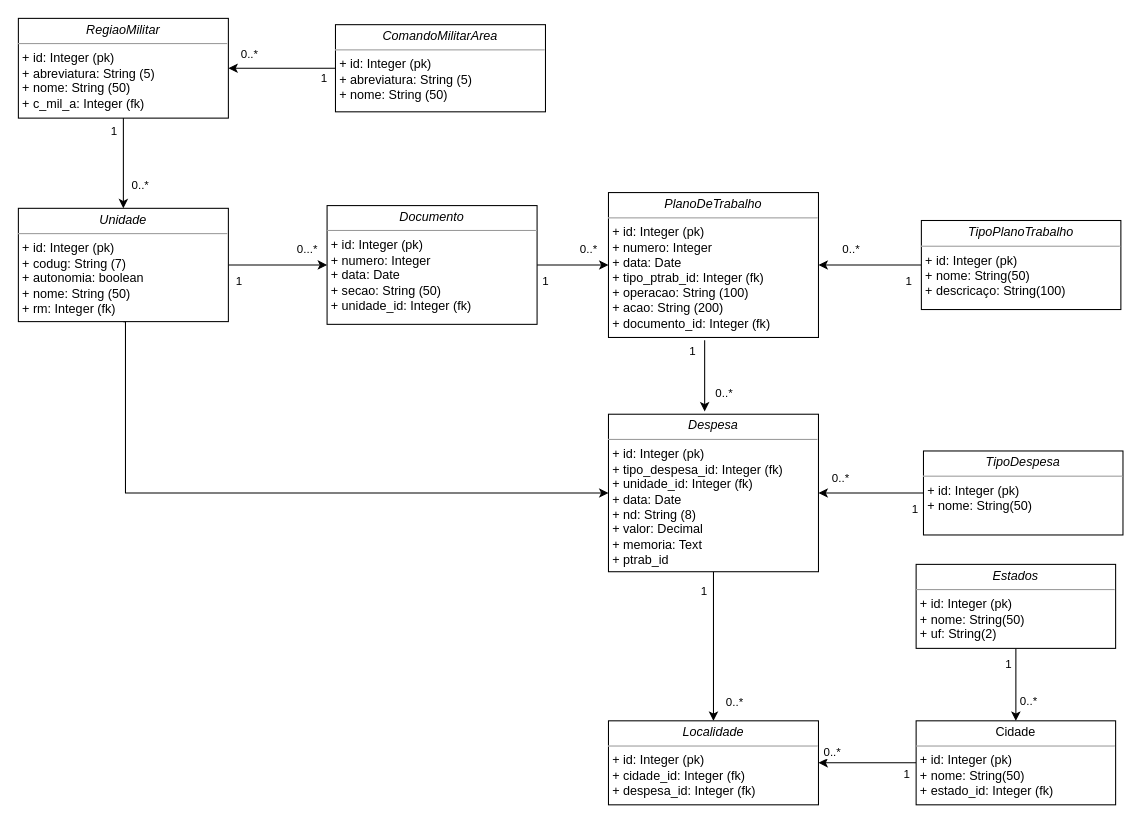
Earlier version of the draw.io diagram page "Diagrama de Classes" (1 of 3) of Diagrama.drawio (infopontes/ptrab). Source tidied: cells renumbered, new cells numbered last; positions are measured from the earlier drawing's top-left corner, leaving out a move shared by most shapes. Both pictures are drawn from the tidied source at 105%, with x=0, y=0 at pixel (18, 18).
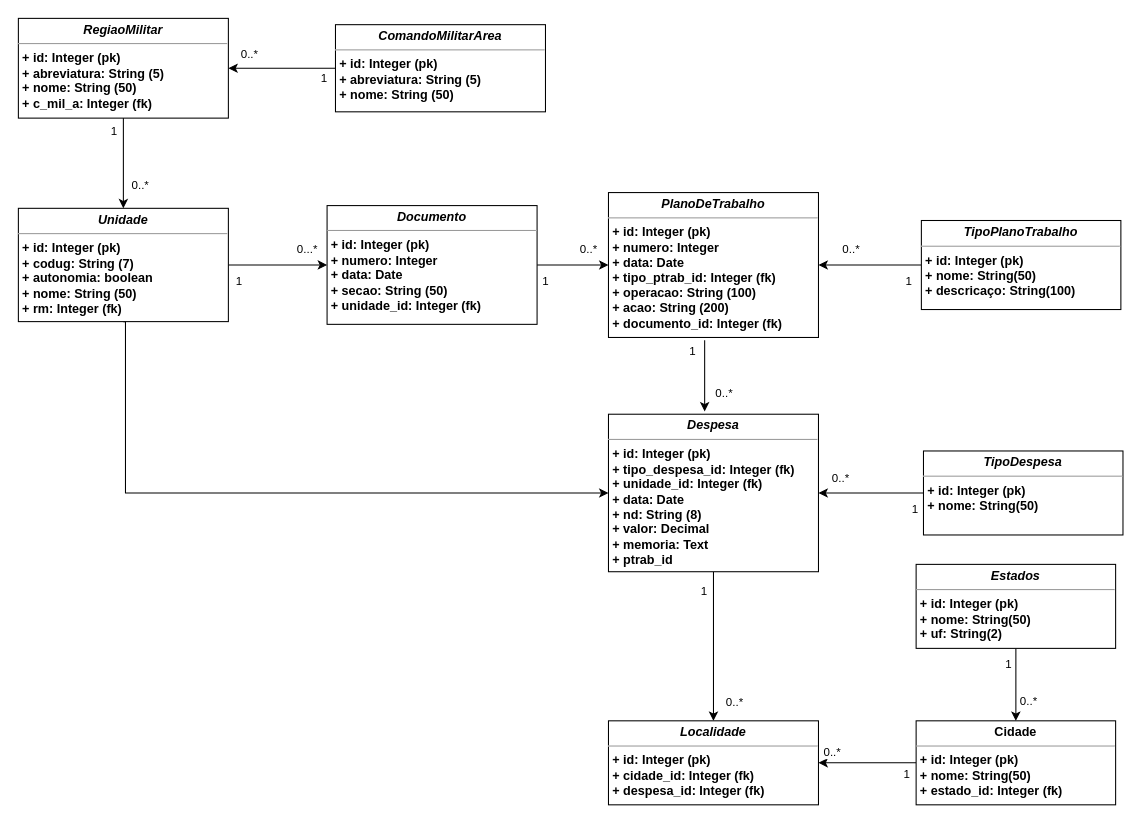
The same diagram, later.

Commit message (it also covers changes not shown here):
Alteração do nome do sistema.

Diff of the diagram source:
```diff
@@
-    <mxCell id="6" value="&lt;p style=&quot;margin: 0px ; margin-top: 4px ; text-align: center&quot;&gt;&lt;i&gt;Unidade&lt;/i&gt;&lt;/p&gt;&lt;hr size=&quot;1&quot;&gt;&lt;p style=&quot;margin: 0px ; margin-left: 4px&quot;&gt;+ id: Integer (pk)&lt;/p&gt;&lt;p style=&quot;margin: 0px ; margin-left: 4px&quot;&gt;+ codug: String (7)&lt;/p&gt;&lt;p style=&quot;margin: 0px ; margin-left: 4px&quot;&gt;+ autonomia: boolean&lt;br&gt;+ nome: String (50)&lt;/p&gt;&lt;p style=&quot;margin: 0px ; margin-left: 4px&quot;&gt;+ rm: Integer (fk)&lt;/p&gt;&lt;p style=&quot;margin: 0px ; margin-left: 4px&quot;&gt;&lt;br&gt;&lt;/p&gt;" style="verticalAlign=top;align=left;overflow=fill;fontSize=12;fontFamily=Helvetica;html=1;rounded=0;shadow=0;comic=0;labelBackgroundColor=none;strokeWidth=1;" parent="1" vertex="1">
+    <mxCell id="6" value="&lt;p style=&quot;margin: 0px ; margin-top: 4px ; text-align: center&quot;&gt;&lt;i&gt;&lt;b&gt;Unidade&lt;/b&gt;&lt;/i&gt;&lt;/p&gt;&lt;hr size=&quot;1&quot;&gt;&lt;p style=&quot;margin: 0px ; margin-left: 4px&quot;&gt;&lt;b&gt;+ id: Integer (pk)&lt;/b&gt;&lt;/p&gt;&lt;p style=&quot;margin: 0px ; margin-left: 4px&quot;&gt;&lt;b&gt;+ codug: String (7)&lt;/b&gt;&lt;/p&gt;&lt;p style=&quot;margin: 0px ; margin-left: 4px&quot;&gt;&lt;b&gt;+ autonomia: boolean&lt;br&gt;+ nome: String (50)&lt;/b&gt;&lt;/p&gt;&lt;p style=&quot;margin: 0px ; margin-left: 4px&quot;&gt;&lt;b&gt;+ rm: Integer (fk)&lt;/b&gt;&lt;/p&gt;&lt;p style=&quot;margin: 0px ; margin-left: 4px&quot;&gt;&lt;br&gt;&lt;/p&gt;" style="verticalAlign=top;align=left;overflow=fill;fontSize=12;fontFamily=Helvetica;html=1;rounded=0;shadow=0;comic=0;labelBackgroundColor=none;strokeWidth=1;" parent="1" vertex="1">
       <mxGeometry y="180.9" width="200" height="107.9" as="geometry" />
     </mxCell>
@@
-    <mxCell id="9" value="&lt;p style=&quot;margin: 0px ; margin-top: 4px ; text-align: center&quot;&gt;&lt;i&gt;Documento&lt;/i&gt;&lt;/p&gt;&lt;hr size=&quot;1&quot;&gt;&lt;p style=&quot;margin: 0px ; margin-left: 4px&quot;&gt;+ id: Integer (pk)&lt;/p&gt;&lt;p style=&quot;margin: 0px ; margin-left: 4px&quot;&gt;+ numero: Integer&lt;/p&gt;&lt;p style=&quot;margin: 0px ; margin-left: 4px&quot;&gt;+ data: Date&lt;br&gt;+ secao: String (50)&lt;/p&gt;&lt;p style=&quot;margin: 0px ; margin-left: 4px&quot;&gt;+ unidade_id: Integer (fk)&lt;/p&gt;&lt;p style=&quot;margin: 0px ; margin-left: 4px&quot;&gt;&lt;br&gt;&lt;/p&gt;" style="verticalAlign=top;align=left;overflow=fill;fontSize=12;fontFamily=Helvetica;html=1;rounded=0;shadow=0;comic=0;labelBackgroundColor=none;strokeWidth=1;" parent="1" vertex="1">
+    <mxCell id="9" value="&lt;p style=&quot;margin: 0px ; margin-top: 4px ; text-align: center&quot;&gt;&lt;i&gt;&lt;b&gt;Documento&lt;/b&gt;&lt;/i&gt;&lt;/p&gt;&lt;hr size=&quot;1&quot;&gt;&lt;p style=&quot;margin: 0px ; margin-left: 4px&quot;&gt;&lt;b&gt;+ id: Integer (pk)&lt;/b&gt;&lt;/p&gt;&lt;p style=&quot;margin: 0px ; margin-left: 4px&quot;&gt;&lt;b&gt;+ numero: Integer&lt;/b&gt;&lt;/p&gt;&lt;p style=&quot;margin: 0px ; margin-left: 4px&quot;&gt;&lt;b&gt;+ data: Date&lt;br&gt;+ secao: String (50)&lt;/b&gt;&lt;/p&gt;&lt;p style=&quot;margin: 0px ; margin-left: 4px&quot;&gt;&lt;b&gt;+ unidade_id: Integer (fk)&lt;/b&gt;&lt;/p&gt;&lt;p style=&quot;margin: 0px ; margin-left: 4px&quot;&gt;&lt;br&gt;&lt;/p&gt;" style="verticalAlign=top;align=left;overflow=fill;fontSize=12;fontFamily=Helvetica;html=1;rounded=0;shadow=0;comic=0;labelBackgroundColor=none;strokeWidth=1;" parent="1" vertex="1">
       <mxGeometry x="294" y="178.3" width="200" height="113.1" as="geometry" />
     </mxCell>
@@
-    <mxCell id="13" value="&lt;p style=&quot;margin: 0px ; margin-top: 4px ; text-align: center&quot;&gt;&lt;i&gt;PlanoDeTrabalho&lt;/i&gt;&lt;/p&gt;&lt;hr size=&quot;1&quot;&gt;&lt;p style=&quot;margin: 0px ; margin-left: 4px&quot;&gt;+ id: Integer (pk)&lt;/p&gt;&lt;p style=&quot;margin: 0px ; margin-left: 4px&quot;&gt;+ numero: Integer&lt;/p&gt;&lt;p style=&quot;margin: 0px ; margin-left: 4px&quot;&gt;+ data: Date&lt;/p&gt;&lt;p style=&quot;margin: 0px ; margin-left: 4px&quot;&gt;+ tipo_ptrab_id: Integer (fk)&lt;br&gt;&lt;span&gt;+ operacao: String (100)&lt;/span&gt;&lt;br&gt;&lt;/p&gt;&lt;p style=&quot;margin: 0px ; margin-left: 4px&quot;&gt;+ acao: String (200)&lt;/p&gt;&lt;p style=&quot;margin: 0px ; margin-left: 4px&quot;&gt;+ documento_id: Integer (fk)&lt;/p&gt;&lt;p style=&quot;margin: 0px ; margin-left: 4px&quot;&gt;&lt;br&gt;&lt;/p&gt;" style="verticalAlign=top;align=left;overflow=fill;fontSize=12;fontFamily=Helvetica;html=1;rounded=0;shadow=0;comic=0;labelBackgroundColor=none;strokeWidth=1;" parent="1" vertex="1">
+    <mxCell id="13" value="&lt;p style=&quot;margin: 0px ; margin-top: 4px ; text-align: center&quot;&gt;&lt;i&gt;&lt;b&gt;PlanoDeTrabalho&lt;/b&gt;&lt;/i&gt;&lt;/p&gt;&lt;hr size=&quot;1&quot;&gt;&lt;p style=&quot;margin: 0px ; margin-left: 4px&quot;&gt;&lt;b&gt;+ id: Integer (pk)&lt;/b&gt;&lt;/p&gt;&lt;p style=&quot;margin: 0px ; margin-left: 4px&quot;&gt;&lt;b&gt;+ numero: Integer&lt;/b&gt;&lt;/p&gt;&lt;p style=&quot;margin: 0px ; margin-left: 4px&quot;&gt;&lt;b&gt;+ data: Date&lt;/b&gt;&lt;/p&gt;&lt;p style=&quot;margin: 0px ; margin-left: 4px&quot;&gt;&lt;b&gt;+ tipo_ptrab_id: Integer (fk)&lt;br&gt;&lt;span&gt;+ operacao: String (100)&lt;/span&gt;&lt;br&gt;&lt;/b&gt;&lt;/p&gt;&lt;p style=&quot;margin: 0px ; margin-left: 4px&quot;&gt;&lt;b&gt;+ acao: String (200)&lt;/b&gt;&lt;/p&gt;&lt;p style=&quot;margin: 0px ; margin-left: 4px&quot;&gt;&lt;b&gt;+ documento_id: Integer (fk)&lt;/b&gt;&lt;/p&gt;&lt;p style=&quot;margin: 0px ; margin-left: 4px&quot;&gt;&lt;br&gt;&lt;/p&gt;" style="verticalAlign=top;align=left;overflow=fill;fontSize=12;fontFamily=Helvetica;html=1;rounded=0;shadow=0;comic=0;labelBackgroundColor=none;strokeWidth=1;" parent="1" vertex="1">
       <mxGeometry x="562" y="165.9" width="200" height="138" as="geometry" />
     </mxCell>
@@
-    <mxCell id="16" value="&lt;p style=&quot;margin: 0px ; margin-top: 4px ; text-align: center&quot;&gt;&lt;i&gt;Despesa&lt;/i&gt;&lt;/p&gt;&lt;hr size=&quot;1&quot;&gt;&lt;p style=&quot;margin: 0px ; margin-left: 4px&quot;&gt;+ id: Integer (pk)&lt;/p&gt;&lt;p style=&quot;margin: 0px ; margin-left: 4px&quot;&gt;+ tipo_despesa_id: Integer (fk)&lt;/p&gt;&lt;p style=&quot;margin: 0px ; margin-left: 4px&quot;&gt;+ unidade_id: Integer (fk)&lt;/p&gt;&lt;p style=&quot;margin: 0px ; margin-left: 4px&quot;&gt;+ data: Date&lt;br&gt;+ nd: String (8)&lt;/p&gt;&lt;p style=&quot;margin: 0px ; margin-left: 4px&quot;&gt;+ valor: Decimal&lt;/p&gt;&lt;p style=&quot;margin: 0px ; margin-left: 4px&quot;&gt;+ memoria: Text&lt;/p&gt;&lt;p style=&quot;margin: 0px ; margin-left: 4px&quot;&gt;+ ptrab_id&lt;/p&gt;" style="verticalAlign=top;align=left;overflow=fill;fontSize=12;fontFamily=Helvetica;html=1;rounded=0;shadow=0;comic=0;labelBackgroundColor=none;strokeWidth=1;" parent="1" vertex="1">
+    <mxCell id="16" value="&lt;p style=&quot;margin: 0px ; margin-top: 4px ; text-align: center&quot;&gt;&lt;i&gt;&lt;b&gt;Despesa&lt;/b&gt;&lt;/i&gt;&lt;/p&gt;&lt;hr size=&quot;1&quot;&gt;&lt;p style=&quot;margin: 0px ; margin-left: 4px&quot;&gt;&lt;b&gt;+ id: Integer (pk)&lt;/b&gt;&lt;/p&gt;&lt;p style=&quot;margin: 0px ; margin-left: 4px&quot;&gt;&lt;b&gt;+ tipo_despesa_id: Integer (fk)&lt;/b&gt;&lt;/p&gt;&lt;p style=&quot;margin: 0px ; margin-left: 4px&quot;&gt;&lt;b&gt;+ unidade_id: Integer (fk)&lt;/b&gt;&lt;/p&gt;&lt;p style=&quot;margin: 0px ; margin-left: 4px&quot;&gt;&lt;b&gt;+ data: Date&lt;br&gt;+ nd: String (8)&lt;/b&gt;&lt;/p&gt;&lt;p style=&quot;margin: 0px ; margin-left: 4px&quot;&gt;&lt;b&gt;+ valor: Decimal&lt;/b&gt;&lt;/p&gt;&lt;p style=&quot;margin: 0px ; margin-left: 4px&quot;&gt;&lt;b&gt;+ memoria: Text&lt;/b&gt;&lt;/p&gt;&lt;p style=&quot;margin: 0px ; margin-left: 4px&quot;&gt;&lt;b&gt;+ ptrab_id&lt;/b&gt;&lt;/p&gt;" style="verticalAlign=top;align=left;overflow=fill;fontSize=12;fontFamily=Helvetica;html=1;rounded=0;shadow=0;comic=0;labelBackgroundColor=none;strokeWidth=1;" parent="1" vertex="1">
       <mxGeometry x="562" y="377" width="200" height="150" as="geometry" />
     </mxCell>
@@
-    <mxCell id="20" value="&lt;p style=&quot;margin:0px;margin-top:4px;text-align:center;&quot;&gt;&lt;i&gt;TipoDespesa&lt;/i&gt;&lt;/p&gt;&lt;hr size=&quot;1&quot;&gt;&lt;p style=&quot;margin:0px;margin-left:4px;&quot;&gt;+ id: Integer (pk)&lt;/p&gt;&lt;p style=&quot;margin:0px;margin-left:4px;&quot;&gt;+ nome: String(50)&lt;/p&gt;&lt;p style=&quot;margin:0px;margin-left:4px;&quot;&gt;&lt;br&gt;&lt;/p&gt;" style="verticalAlign=top;align=left;overflow=fill;fontSize=12;fontFamily=Helvetica;html=1;rounded=0;shadow=0;comic=0;labelBackgroundColor=none;strokeWidth=1;" parent="1" vertex="1">
+    <mxCell id="20" value="&lt;p style=&quot;margin: 0px ; margin-top: 4px ; text-align: center&quot;&gt;&lt;i&gt;&lt;b&gt;TipoDespesa&lt;/b&gt;&lt;/i&gt;&lt;/p&gt;&lt;hr size=&quot;1&quot;&gt;&lt;p style=&quot;margin: 0px ; margin-left: 4px&quot;&gt;&lt;b&gt;+ id: Integer (pk)&lt;/b&gt;&lt;/p&gt;&lt;p style=&quot;margin: 0px ; margin-left: 4px&quot;&gt;&lt;b&gt;+ nome: String(50)&lt;/b&gt;&lt;/p&gt;&lt;p style=&quot;margin: 0px ; margin-left: 4px&quot;&gt;&lt;br&gt;&lt;/p&gt;" style="verticalAlign=top;align=left;overflow=fill;fontSize=12;fontFamily=Helvetica;html=1;rounded=0;shadow=0;comic=0;labelBackgroundColor=none;strokeWidth=1;" parent="1" vertex="1">
       <mxGeometry x="862" y="412" width="190" height="80" as="geometry" />
     </mxCell>
-    <mxCell id="21" value="&lt;p style=&quot;margin: 0px ; margin-top: 4px ; text-align: center&quot;&gt;&lt;i&gt;Localidade&lt;/i&gt;&lt;/p&gt;&lt;hr size=&quot;1&quot;&gt;&lt;p style=&quot;margin: 0px ; margin-left: 4px&quot;&gt;+ id: Integer (pk)&lt;/p&gt;&lt;p style=&quot;margin: 0px ; margin-left: 4px&quot;&gt;+ cidade_id: Integer (fk)&lt;/p&gt;&lt;p style=&quot;margin: 0px ; margin-left: 4px&quot;&gt;+ despesa_id: Integer (fk)&lt;/p&gt;&lt;p style=&quot;margin: 0px ; margin-left: 4px&quot;&gt;&lt;br&gt;&lt;/p&gt;" style="verticalAlign=top;align=left;overflow=fill;fontSize=12;fontFamily=Helvetica;html=1;rounded=0;shadow=0;comic=0;labelBackgroundColor=none;strokeWidth=1;" parent="1" vertex="1">
+    <mxCell id="21" value="&lt;p style=&quot;margin: 0px ; margin-top: 4px ; text-align: center&quot;&gt;&lt;i&gt;&lt;b&gt;Localidade&lt;/b&gt;&lt;/i&gt;&lt;/p&gt;&lt;hr size=&quot;1&quot;&gt;&lt;p style=&quot;margin: 0px ; margin-left: 4px&quot;&gt;&lt;b&gt;+ id: Integer (pk)&lt;/b&gt;&lt;/p&gt;&lt;p style=&quot;margin: 0px ; margin-left: 4px&quot;&gt;&lt;b&gt;+ cidade_id: Integer (fk)&lt;/b&gt;&lt;/p&gt;&lt;p style=&quot;margin: 0px ; margin-left: 4px&quot;&gt;&lt;b&gt;+ despesa_id: Integer (fk)&lt;/b&gt;&lt;/p&gt;&lt;p style=&quot;margin: 0px ; margin-left: 4px&quot;&gt;&lt;br&gt;&lt;/p&gt;" style="verticalAlign=top;align=left;overflow=fill;fontSize=12;fontFamily=Helvetica;html=1;rounded=0;shadow=0;comic=0;labelBackgroundColor=none;strokeWidth=1;" parent="1" vertex="1">
       <mxGeometry x="562" y="669" width="200" height="80" as="geometry" />
     </mxCell>
@@
-    <mxCell id="24" value="&lt;p style=&quot;margin: 0px ; margin-top: 4px ; text-align: center&quot;&gt;Cidade&lt;/p&gt;&lt;hr size=&quot;1&quot;&gt;&lt;p style=&quot;margin: 0px ; margin-left: 4px&quot;&gt;+ id: Integer (pk)&lt;/p&gt;&lt;p style=&quot;margin: 0px ; margin-left: 4px&quot;&gt;+ nome: String(50)&lt;/p&gt;&lt;p style=&quot;margin: 0px ; margin-left: 4px&quot;&gt;+ estado_id: Integer (fk)&lt;/p&gt;&lt;p style=&quot;margin: 0px ; margin-left: 4px&quot;&gt;&lt;br&gt;&lt;/p&gt;" style="verticalAlign=top;align=left;overflow=fill;fontSize=12;fontFamily=Helvetica;html=1;rounded=0;shadow=0;comic=0;labelBackgroundColor=none;strokeWidth=1;" parent="1" vertex="1">
+    <mxCell id="24" value="&lt;p style=&quot;margin: 0px ; margin-top: 4px ; text-align: center&quot;&gt;&lt;b&gt;Cidade&lt;/b&gt;&lt;/p&gt;&lt;hr size=&quot;1&quot;&gt;&lt;p style=&quot;margin: 0px ; margin-left: 4px&quot;&gt;&lt;b&gt;+ id: Integer (pk)&lt;/b&gt;&lt;/p&gt;&lt;p style=&quot;margin: 0px ; margin-left: 4px&quot;&gt;&lt;b&gt;+ nome: String(50)&lt;/b&gt;&lt;/p&gt;&lt;p style=&quot;margin: 0px ; margin-left: 4px&quot;&gt;&lt;b&gt;+ estado_id: Integer (fk)&lt;/b&gt;&lt;/p&gt;&lt;p style=&quot;margin: 0px ; margin-left: 4px&quot;&gt;&lt;br&gt;&lt;/p&gt;" style="verticalAlign=top;align=left;overflow=fill;fontSize=12;fontFamily=Helvetica;html=1;rounded=0;shadow=0;comic=0;labelBackgroundColor=none;strokeWidth=1;" parent="1" vertex="1">
       <mxGeometry x="855" y="669" width="190" height="80" as="geometry" />
     </mxCell>
@@
-    <mxCell id="28" value="&lt;p style=&quot;margin: 0px ; margin-top: 4px ; text-align: center&quot;&gt;&lt;i&gt;TipoPlanoTrabalho&lt;/i&gt;&lt;/p&gt;&lt;hr size=&quot;1&quot;&gt;&lt;p style=&quot;margin: 0px ; margin-left: 4px&quot;&gt;+ id: Integer (pk)&lt;/p&gt;&lt;p style=&quot;margin: 0px ; margin-left: 4px&quot;&gt;+ nome: String(50)&lt;/p&gt;&lt;p style=&quot;margin: 0px ; margin-left: 4px&quot;&gt;+ descricaço: String(100)&lt;/p&gt;&lt;p style=&quot;margin: 0px ; margin-left: 4px&quot;&gt;&lt;br&gt;&lt;/p&gt;" style="verticalAlign=top;align=left;overflow=fill;fontSize=12;fontFamily=Helvetica;html=1;rounded=0;shadow=0;comic=0;labelBackgroundColor=none;strokeWidth=1;" parent="1" vertex="1">
+    <mxCell id="28" value="&lt;p style=&quot;margin: 0px ; margin-top: 4px ; text-align: center&quot;&gt;&lt;i&gt;&lt;b&gt;TipoPlanoTrabalho&lt;/b&gt;&lt;/i&gt;&lt;/p&gt;&lt;hr size=&quot;1&quot;&gt;&lt;p style=&quot;margin: 0px ; margin-left: 4px&quot;&gt;&lt;b&gt;+ id: Integer (pk)&lt;/b&gt;&lt;/p&gt;&lt;p style=&quot;margin: 0px ; margin-left: 4px&quot;&gt;&lt;b&gt;+ nome: String(50)&lt;/b&gt;&lt;/p&gt;&lt;p style=&quot;margin: 0px ; margin-left: 4px&quot;&gt;&lt;b&gt;+ descricaço: String(100)&lt;/b&gt;&lt;/p&gt;&lt;p style=&quot;margin: 0px ; margin-left: 4px&quot;&gt;&lt;br&gt;&lt;/p&gt;" style="verticalAlign=top;align=left;overflow=fill;fontSize=12;fontFamily=Helvetica;html=1;rounded=0;shadow=0;comic=0;labelBackgroundColor=none;strokeWidth=1;" parent="1" vertex="1">
       <mxGeometry x="860" y="192.5" width="190" height="84.8" as="geometry" />
     </mxCell>
@@
-    <mxCell id="32" value="&lt;p style=&quot;margin: 0px ; margin-top: 4px ; text-align: center&quot;&gt;&lt;i&gt;ComandoMilitarArea&lt;/i&gt;&lt;/p&gt;&lt;hr size=&quot;1&quot;&gt;&lt;p style=&quot;margin: 0px ; margin-left: 4px&quot;&gt;+ id: Integer (pk)&lt;/p&gt;&lt;p style=&quot;margin: 0px ; margin-left: 4px&quot;&gt;+ abreviatura: String (5)&lt;/p&gt;&lt;p style=&quot;margin: 0px ; margin-left: 4px&quot;&gt;+ nome: String (50)&lt;/p&gt;&lt;p style=&quot;margin: 0px ; margin-left: 4px&quot;&gt;&lt;br&gt;&lt;/p&gt;" style="verticalAlign=top;align=left;overflow=fill;fontSize=12;fontFamily=Helvetica;html=1;rounded=0;shadow=0;comic=0;labelBackgroundColor=none;strokeWidth=1;" parent="1" vertex="1">
+    <mxCell id="32" value="&lt;p style=&quot;margin: 0px ; margin-top: 4px ; text-align: center&quot;&gt;&lt;i&gt;&lt;b&gt;ComandoMilitarArea&lt;/b&gt;&lt;/i&gt;&lt;/p&gt;&lt;hr size=&quot;1&quot;&gt;&lt;p style=&quot;margin: 0px ; margin-left: 4px&quot;&gt;&lt;b&gt;+ id: Integer (pk)&lt;/b&gt;&lt;/p&gt;&lt;p style=&quot;margin: 0px ; margin-left: 4px&quot;&gt;&lt;b&gt;+ abreviatura: String (5)&lt;/b&gt;&lt;/p&gt;&lt;p style=&quot;margin: 0px ; margin-left: 4px&quot;&gt;&lt;b&gt;+ nome: String (50)&lt;/b&gt;&lt;/p&gt;&lt;p style=&quot;margin: 0px ; margin-left: 4px&quot;&gt;&lt;br&gt;&lt;/p&gt;" style="verticalAlign=top;align=left;overflow=fill;fontSize=12;fontFamily=Helvetica;html=1;rounded=0;shadow=0;comic=0;labelBackgroundColor=none;strokeWidth=1;" parent="1" vertex="1">
       <mxGeometry x="302" y="6" width="200" height="83" as="geometry" />
     </mxCell>
@@
-    <mxCell id="36" value="&lt;p style=&quot;margin: 0px ; margin-top: 4px ; text-align: center&quot;&gt;&lt;i&gt;RegiaoMilitar&lt;/i&gt;&lt;/p&gt;&lt;hr size=&quot;1&quot;&gt;&lt;p style=&quot;margin: 0px ; margin-left: 4px&quot;&gt;+ id: Integer (pk)&lt;/p&gt;&lt;p style=&quot;margin: 0px ; margin-left: 4px&quot;&gt;+ abreviatura: String (5)&lt;/p&gt;&lt;p style=&quot;margin: 0px ; margin-left: 4px&quot;&gt;+ nome: String (50)&lt;/p&gt;&lt;p style=&quot;margin: 0px ; margin-left: 4px&quot;&gt;+ c_mil_a: Integer (fk)&lt;/p&gt;&lt;p style=&quot;margin: 0px ; margin-left: 4px&quot;&gt;&lt;br&gt;&lt;/p&gt;" style="verticalAlign=top;align=left;overflow=fill;fontSize=12;fontFamily=Helvetica;html=1;rounded=0;shadow=0;comic=0;labelBackgroundColor=none;strokeWidth=1;" parent="1" vertex="1">
+    <mxCell id="36" value="&lt;p style=&quot;margin: 0px ; margin-top: 4px ; text-align: center&quot;&gt;&lt;i&gt;&lt;b&gt;RegiaoMilitar&lt;/b&gt;&lt;/i&gt;&lt;/p&gt;&lt;hr size=&quot;1&quot;&gt;&lt;p style=&quot;margin: 0px ; margin-left: 4px&quot;&gt;&lt;b&gt;+ id: Integer (pk)&lt;/b&gt;&lt;/p&gt;&lt;p style=&quot;margin: 0px ; margin-left: 4px&quot;&gt;&lt;b&gt;+ abreviatura: String (5)&lt;/b&gt;&lt;/p&gt;&lt;p style=&quot;margin: 0px ; margin-left: 4px&quot;&gt;&lt;b&gt;+ nome: String (50)&lt;/b&gt;&lt;/p&gt;&lt;p style=&quot;margin: 0px ; margin-left: 4px&quot;&gt;&lt;b&gt;+ c_mil_a: Integer (fk)&lt;/b&gt;&lt;/p&gt;&lt;p style=&quot;margin: 0px ; margin-left: 4px&quot;&gt;&lt;br&gt;&lt;/p&gt;" style="verticalAlign=top;align=left;overflow=fill;fontSize=12;fontFamily=Helvetica;html=1;rounded=0;shadow=0;comic=0;labelBackgroundColor=none;strokeWidth=1;" parent="1" vertex="1">
       <mxGeometry width="200" height="95" as="geometry" />
     </mxCell>
@@
-    <mxCell id="39" value="&lt;p style=&quot;margin: 0px ; margin-top: 4px ; text-align: center&quot;&gt;&lt;i&gt;Estados&lt;/i&gt;&lt;/p&gt;&lt;hr size=&quot;1&quot;&gt;&lt;p style=&quot;margin: 0px ; margin-left: 4px&quot;&gt;+ id: Integer (pk)&lt;/p&gt;&lt;p style=&quot;margin: 0px ; margin-left: 4px&quot;&gt;+ nome: String(50)&lt;/p&gt;&lt;p style=&quot;margin: 0px ; margin-left: 4px&quot;&gt;+ uf: String(2)&lt;/p&gt;&lt;p style=&quot;margin: 0px ; margin-left: 4px&quot;&gt;&lt;br&gt;&lt;/p&gt;" style="verticalAlign=top;align=left;overflow=fill;fontSize=12;fontFamily=Helvetica;html=1;rounded=0;shadow=0;comic=0;labelBackgroundColor=none;strokeWidth=1;" parent="1" vertex="1">
+    <mxCell id="39" value="&lt;p style=&quot;margin: 0px ; margin-top: 4px ; text-align: center&quot;&gt;&lt;i&gt;&lt;b&gt;Estados&lt;/b&gt;&lt;/i&gt;&lt;/p&gt;&lt;hr size=&quot;1&quot;&gt;&lt;p style=&quot;margin: 0px ; margin-left: 4px&quot;&gt;&lt;b&gt;+ id: Integer (pk)&lt;/b&gt;&lt;/p&gt;&lt;p style=&quot;margin: 0px ; margin-left: 4px&quot;&gt;&lt;b&gt;+ nome: String(50)&lt;/b&gt;&lt;/p&gt;&lt;p style=&quot;margin: 0px ; margin-left: 4px&quot;&gt;&lt;b&gt;+ uf: String(2)&lt;/b&gt;&lt;/p&gt;&lt;p style=&quot;margin: 0px ; margin-left: 4px&quot;&gt;&lt;br&gt;&lt;/p&gt;" style="verticalAlign=top;align=left;overflow=fill;fontSize=12;fontFamily=Helvetica;html=1;rounded=0;shadow=0;comic=0;labelBackgroundColor=none;strokeWidth=1;" parent="1" vertex="1">
       <mxGeometry x="855" y="520" width="190" height="80" as="geometry" />
     </mxCell>
```
